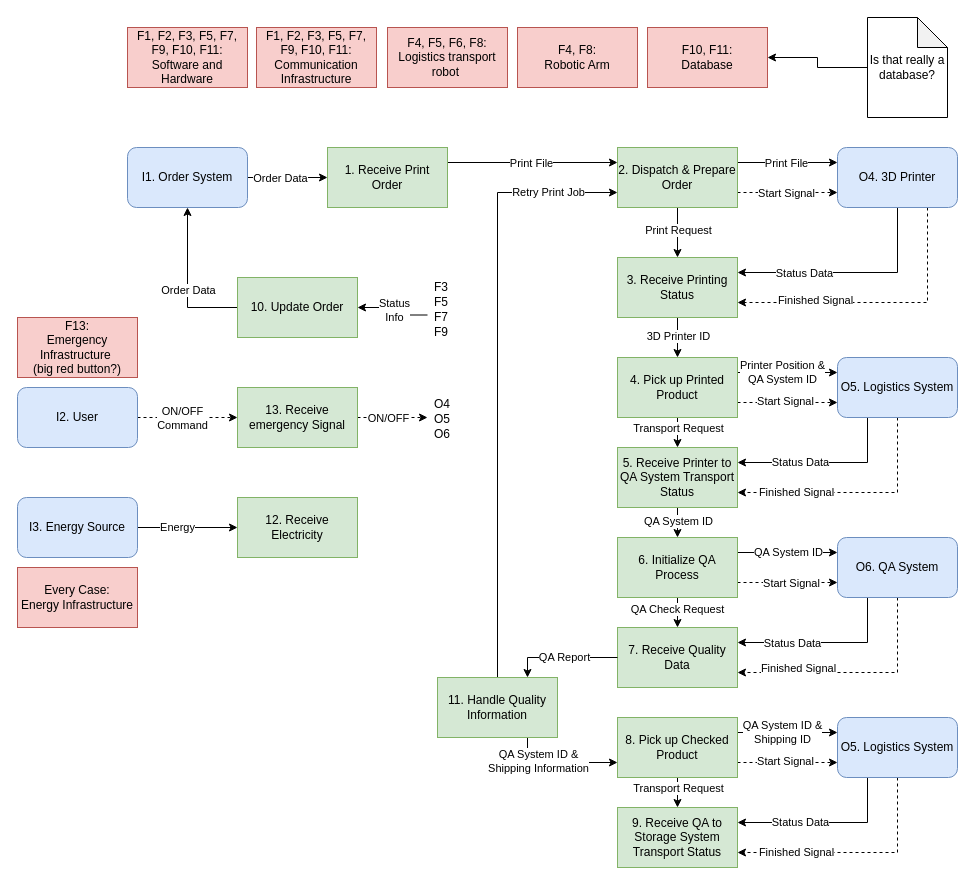
Above: diagrams/MES_FBD.drawio in SystemEngineeringWS24-25/3d-printing-production-system (draw.io), before the change. Source tidied: cells renumbered, new cells numbered last; positions are measured from the earlier drawing's top-left corner, leaving out a move shared by most shapes. Both pictures are drawn from the tidied source at 100%, with x=0, y=0 at pixel (17, 17).
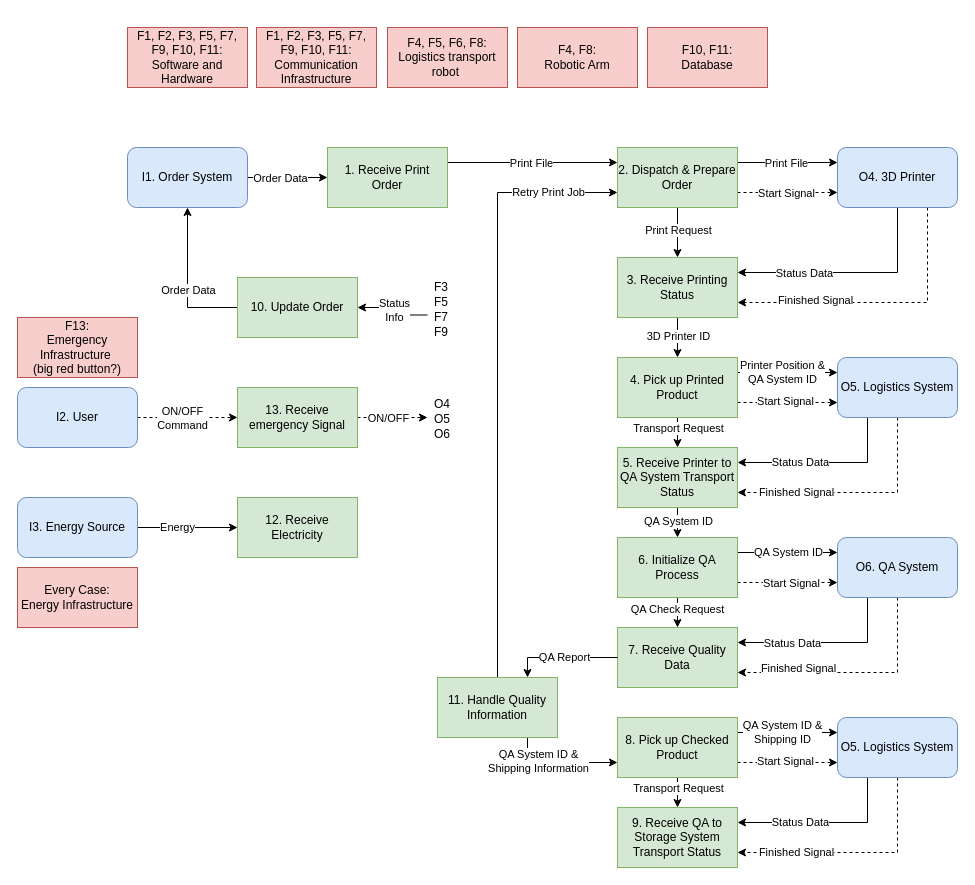
The same page after the edit.

Unchanged cells that the change refers to:
```xml
<mxCell id="105" value="F10, F11:&lt;div&gt;Database&lt;/div&gt;" style="rounded=0;whiteSpace=wrap;html=1;fillColor=#f8cecc;strokeColor=#b85450;" parent="1" vertex="1">
  <mxGeometry x="630" y="10" width="120" height="60" as="geometry" />
</mxCell>
```

Diff of the diagram source:
```diff
@@
-    <mxCell id="108" style="edgeStyle=orthogonalEdgeStyle;rounded=0;jettySize=auto;html=1;entryX=1;entryY=0.5;entryDx=0;entryDy=0;" parent="1" edge="1" source="109" target="105">
-      <mxGeometry relative="1" as="geometry" />
-    </mxCell>
-    <mxCell id="109" value="Is that really a database?" style="shape=note;whiteSpace=wrap;html=1;backgroundOutline=1;darkOpacity=0.05;" parent="1" vertex="1">
-      <mxGeometry x="850" width="80" height="100" as="geometry" />
-    </mxCell>
```
